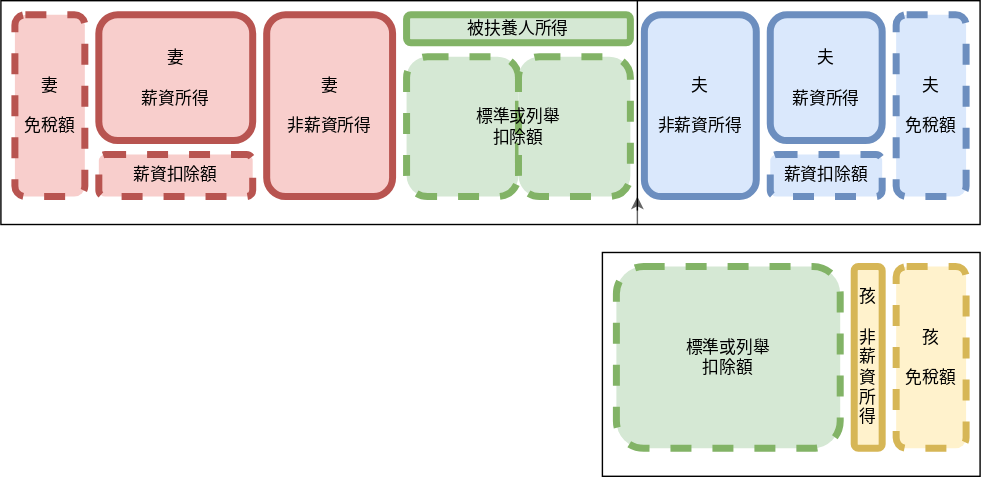
Before: content/posts/leveraging-childrens-tax-allowance/married-and-child.svg, a diagram exported from draw.io (oopzzozzo/route-110). Source tidied: cells renumbered, new cells last; positions are measured from the earlier drawing's top-left corner, leaving out a move shared by most shapes. Its diagram source:
```xml
<mxGraphModel>
  <root>
    <mxCell id="0" />
    <mxCell id="1" parent="0" />
    <mxCell id="2" value="&lt;div&gt;標準或列舉&lt;/div&gt;&lt;div&gt;扣除額&lt;/div&gt;" style="rounded=1;whiteSpace=wrap;html=1;fillColor=#d5e8d4;strokeColor=#82b366;strokeWidth=5;dashed=1;" parent="1" vertex="1">
      <mxGeometry x="440" y="190" width="160" height="130" as="geometry" />
    </mxCell>
    <mxCell id="3" value="&lt;div&gt;孩&lt;/div&gt;&lt;div&gt;&lt;br&gt;&lt;/div&gt;&lt;div&gt;非薪資所得&lt;/div&gt;" style="rounded=1;whiteSpace=wrap;html=1;fillColor=#fff2cc;strokeColor=#d6b656;strokeWidth=5;" parent="1" vertex="1">
      <mxGeometry x="610" y="190" width="20" height="130" as="geometry" />
    </mxCell>
    <mxCell id="4" value="&lt;div&gt;孩&lt;/div&gt;&lt;div&gt;&lt;br&gt;&lt;/div&gt;&lt;div&gt;免稅額&lt;/div&gt;" style="rounded=1;whiteSpace=wrap;html=1;fillColor=#fff2cc;strokeColor=#d6b656;strokeWidth=5;dashed=1;" parent="1" vertex="1">
      <mxGeometry x="640" y="190" width="50" height="130" as="geometry" />
    </mxCell>
    <mxCell id="5" value="&lt;div&gt;標準或列舉&lt;/div&gt;&lt;div&gt;扣除額&lt;/div&gt;" style="rounded=1;whiteSpace=wrap;html=1;fillColor=#d5e8d4;strokeColor=#82b366;strokeWidth=5;dashed=1;" parent="1" vertex="1">
      <mxGeometry x="290" y="40" width="160" height="100" as="geometry" />
    </mxCell>
    <mxCell id="6" value="被扶養人所得" style="rounded=1;whiteSpace=wrap;html=1;fillColor=#d5e8d4;strokeColor=#82b366;strokeWidth=5;" parent="1" vertex="1">
      <mxGeometry x="290" y="10" width="160" height="20" as="geometry" />
    </mxCell>
    <mxCell id="7" value="&lt;div&gt;夫&lt;/div&gt;&lt;div&gt;&lt;br&gt;&lt;/div&gt;&lt;div&gt;非薪資所得&lt;/div&gt;" style="rounded=1;whiteSpace=wrap;html=1;fillColor=#dae8fc;strokeColor=#6c8ebf;strokeWidth=5;" parent="1" vertex="1">
      <mxGeometry x="460" y="10" width="80" height="130" as="geometry" />
    </mxCell>
    <mxCell id="8" value="&lt;div&gt;夫&lt;/div&gt;&lt;div&gt;&lt;br&gt;&lt;/div&gt;&lt;div&gt;薪資所得&lt;/div&gt;" style="rounded=1;whiteSpace=wrap;html=1;fillColor=#dae8fc;strokeColor=#6c8ebf;strokeWidth=5;" parent="1" vertex="1">
      <mxGeometry x="550" y="10" width="80" height="90" as="geometry" />
    </mxCell>
    <mxCell id="9" value="&lt;div&gt;夫&lt;/div&gt;&lt;div&gt;&lt;br&gt;&lt;/div&gt;&lt;div&gt;免稅額&lt;/div&gt;" style="rounded=1;whiteSpace=wrap;html=1;fillColor=#dae8fc;strokeColor=#6c8ebf;strokeWidth=5;dashed=1;" parent="1" vertex="1">
      <mxGeometry x="640" y="10" width="50" height="130" as="geometry" />
    </mxCell>
    <mxCell id="10" value="&lt;div&gt;妻&lt;/div&gt;&lt;div&gt;&lt;br&gt;&lt;/div&gt;&lt;div&gt;非薪資所得&lt;/div&gt;" style="rounded=1;whiteSpace=wrap;html=1;fillColor=#f8cecc;strokeColor=#b85450;strokeWidth=5;" parent="1" vertex="1">
      <mxGeometry x="190" y="10" width="90" height="130" as="geometry" />
    </mxCell>
    <mxCell id="11" value="&lt;div&gt;妻&lt;/div&gt;&lt;div&gt;&lt;br&gt;&lt;/div&gt;&lt;div&gt;薪資所得&lt;/div&gt;" style="rounded=1;whiteSpace=wrap;html=1;fillColor=#f8cecc;strokeColor=#b85450;strokeWidth=5;" parent="1" vertex="1">
      <mxGeometry x="70" y="10" width="110" height="90" as="geometry" />
    </mxCell>
    <mxCell id="12" value="&lt;div&gt;妻&lt;/div&gt;&lt;div&gt;&lt;br&gt;&lt;/div&gt;&lt;div&gt;免稅額&lt;/div&gt;" style="rounded=1;whiteSpace=wrap;html=1;fillColor=#f8cecc;strokeColor=#b85450;strokeWidth=5;dashed=1;" parent="1" vertex="1">
      <mxGeometry x="10" y="10" width="50" height="130" as="geometry" />
    </mxCell>
    <mxCell id="13" value="薪資扣除額" style="rounded=1;whiteSpace=wrap;html=1;fillColor=#f8cecc;strokeColor=#b85450;strokeWidth=5;dashed=1;" parent="1" vertex="1">
      <mxGeometry x="70" y="110" width="110" height="30" as="geometry" />
    </mxCell>
    <mxCell id="14" value="薪資扣除額" style="rounded=1;whiteSpace=wrap;html=1;fillColor=#dae8fc;strokeColor=#6c8ebf;strokeWidth=5;dashed=1;" parent="1" vertex="1">
      <mxGeometry x="550" y="110" width="80" height="30" as="geometry" />
    </mxCell>
    <mxCell id="15" style="endArrow=classic;html=1;rounded=0;entryX=0;entryY=1;entryDx=0;entryDy=0;fillColor=#f5f5f5;strokeColor=#666666;" parent="1" edge="1">
      <mxGeometry relative="1" as="geometry">
        <mxPoint x="455" y="160" as="sourcePoint" />
        <mxPoint x="455" y="140" as="targetPoint" />
      </mxGeometry>
    </mxCell>
    <mxCell id="16" style="endArrow=none;html=1;rounded=0;" parent="1" edge="1">
      <mxGeometry relative="1" as="geometry">
        <mxPoint x="455" y="150" as="sourcePoint" />
        <mxPoint x="455" as="targetPoint" />
      </mxGeometry>
    </mxCell>
    <mxCell id="17" style="rounded=0;whiteSpace=wrap;html=1;fillColor=none;" parent="1" vertex="1">
      <mxGeometry width="700" height="160" as="geometry" />
    </mxCell>
    <mxCell id="18" style="rounded=0;whiteSpace=wrap;html=1;fillColor=none;" parent="1" vertex="1">
      <mxGeometry x="430" y="180" width="270" height="160" as="geometry" />
    </mxCell>
  </root>
</mxGraphModel>
```
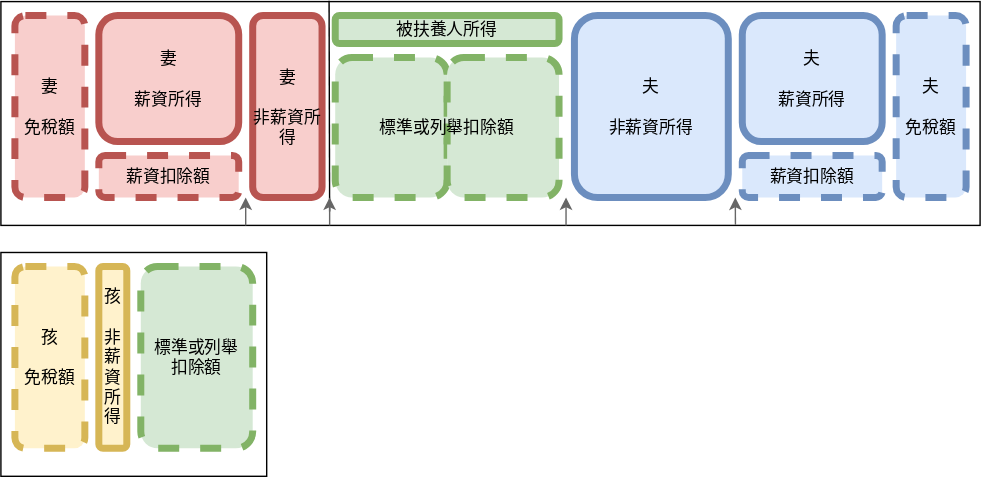
Above is the later version.

The edit, as a diff of the source:
```diff
@@ -2,62 +2,86 @@
   <root>
     <mxCell id="0" />
     <mxCell id="1" parent="0" />
-    <mxCell id="2" value="&lt;div&gt;標準或列舉&lt;/div&gt;&lt;div&gt;扣除額&lt;/div&gt;" style="rounded=1;whiteSpace=wrap;html=1;fillColor=#d5e8d4;strokeColor=#82b366;strokeWidth=5;dashed=1;" parent="1" vertex="1">
-      <mxGeometry x="440" y="190" width="160" height="130" as="geometry" />
-    </mxCell>
-    <mxCell id="3" value="&lt;div&gt;孩&lt;/div&gt;&lt;div&gt;&lt;br&gt;&lt;/div&gt;&lt;div&gt;非薪資所得&lt;/div&gt;" style="rounded=1;whiteSpace=wrap;html=1;fillColor=#fff2cc;strokeColor=#d6b656;strokeWidth=5;" parent="1" vertex="1">
-      <mxGeometry x="610" y="190" width="20" height="130" as="geometry" />
-    </mxCell>
-    <mxCell id="4" value="&lt;div&gt;孩&lt;/div&gt;&lt;div&gt;&lt;br&gt;&lt;/div&gt;&lt;div&gt;免稅額&lt;/div&gt;" style="rounded=1;whiteSpace=wrap;html=1;fillColor=#fff2cc;strokeColor=#d6b656;strokeWidth=5;dashed=1;" parent="1" vertex="1">
-      <mxGeometry x="640" y="190" width="50" height="130" as="geometry" />
-    </mxCell>
-    <mxCell id="5" value="&lt;div&gt;標準或列舉&lt;/div&gt;&lt;div&gt;扣除額&lt;/div&gt;" style="rounded=1;whiteSpace=wrap;html=1;fillColor=#d5e8d4;strokeColor=#82b366;strokeWidth=5;dashed=1;" parent="1" vertex="1">
-      <mxGeometry x="290" y="40" width="160" height="100" as="geometry" />
-    </mxCell>
+    <mxCell id="19" style="rounded=0;whiteSpace=wrap;html=1;fillColor=none;" parent="1" vertex="1">
+      <mxGeometry x="120" y="0.6" width="700" height="160" as="geometry" />
+    </mxCell>
+    <mxCell id="20" style="endArrow=none;html=1;rounded=0;entryX=0.328;entryY=-0.004;entryDx=0;entryDy=0;entryPerimeter=0;" parent="1" edge="1">
+      <mxGeometry relative="1" as="geometry">
+        <mxPoint x="355" y="150.6" as="sourcePoint" />
+        <mxPoint x="354.6" as="targetPoint" />
+      </mxGeometry>
+    </mxCell>
     <mxCell id="6" value="被扶養人所得" style="rounded=1;whiteSpace=wrap;html=1;fillColor=#d5e8d4;strokeColor=#82b366;strokeWidth=5;" parent="1" vertex="1">
-      <mxGeometry x="290" y="10" width="160" height="20" as="geometry" />
+      <mxGeometry x="359" y="10.6" width="160" height="20" as="geometry" />
     </mxCell>
     <mxCell id="7" value="&lt;div&gt;夫&lt;/div&gt;&lt;div&gt;&lt;br&gt;&lt;/div&gt;&lt;div&gt;非薪資所得&lt;/div&gt;" style="rounded=1;whiteSpace=wrap;html=1;fillColor=#dae8fc;strokeColor=#6c8ebf;strokeWidth=5;" parent="1" vertex="1">
-      <mxGeometry x="460" y="10" width="80" height="130" as="geometry" />
+      <mxGeometry x="530" y="10.6" width="110" height="130" as="geometry" />
     </mxCell>
     <mxCell id="8" value="&lt;div&gt;夫&lt;/div&gt;&lt;div&gt;&lt;br&gt;&lt;/div&gt;&lt;div&gt;薪資所得&lt;/div&gt;" style="rounded=1;whiteSpace=wrap;html=1;fillColor=#dae8fc;strokeColor=#6c8ebf;strokeWidth=5;" parent="1" vertex="1">
-      <mxGeometry x="550" y="10" width="80" height="90" as="geometry" />
+      <mxGeometry x="650" y="10.6" width="100" height="90" as="geometry" />
     </mxCell>
     <mxCell id="9" value="&lt;div&gt;夫&lt;/div&gt;&lt;div&gt;&lt;br&gt;&lt;/div&gt;&lt;div&gt;免稅額&lt;/div&gt;" style="rounded=1;whiteSpace=wrap;html=1;fillColor=#dae8fc;strokeColor=#6c8ebf;strokeWidth=5;dashed=1;" parent="1" vertex="1">
-      <mxGeometry x="640" y="10" width="50" height="130" as="geometry" />
+      <mxGeometry x="760" y="10.6" width="50" height="130" as="geometry" />
     </mxCell>
     <mxCell id="10" value="&lt;div&gt;妻&lt;/div&gt;&lt;div&gt;&lt;br&gt;&lt;/div&gt;&lt;div&gt;非薪資所得&lt;/div&gt;" style="rounded=1;whiteSpace=wrap;html=1;fillColor=#f8cecc;strokeColor=#b85450;strokeWidth=5;" parent="1" vertex="1">
-      <mxGeometry x="190" y="10" width="90" height="130" as="geometry" />
+      <mxGeometry x="300" y="10.6" width="49.6" height="130" as="geometry" />
     </mxCell>
     <mxCell id="11" value="&lt;div&gt;妻&lt;/div&gt;&lt;div&gt;&lt;br&gt;&lt;/div&gt;&lt;div&gt;薪資所得&lt;/div&gt;" style="rounded=1;whiteSpace=wrap;html=1;fillColor=#f8cecc;strokeColor=#b85450;strokeWidth=5;" parent="1" vertex="1">
-      <mxGeometry x="70" y="10" width="110" height="90" as="geometry" />
+      <mxGeometry x="190" y="10.6" width="100" height="90" as="geometry" />
     </mxCell>
     <mxCell id="12" value="&lt;div&gt;妻&lt;/div&gt;&lt;div&gt;&lt;br&gt;&lt;/div&gt;&lt;div&gt;免稅額&lt;/div&gt;" style="rounded=1;whiteSpace=wrap;html=1;fillColor=#f8cecc;strokeColor=#b85450;strokeWidth=5;dashed=1;" parent="1" vertex="1">
-      <mxGeometry x="10" y="10" width="50" height="130" as="geometry" />
+      <mxGeometry x="130" y="10.6" width="50" height="130" as="geometry" />
     </mxCell>
     <mxCell id="13" value="薪資扣除額" style="rounded=1;whiteSpace=wrap;html=1;fillColor=#f8cecc;strokeColor=#b85450;strokeWidth=5;dashed=1;" parent="1" vertex="1">
-      <mxGeometry x="70" y="110" width="110" height="30" as="geometry" />
+      <mxGeometry x="190" y="110.6" width="100" height="30" as="geometry" />
     </mxCell>
     <mxCell id="14" value="薪資扣除額" style="rounded=1;whiteSpace=wrap;html=1;fillColor=#dae8fc;strokeColor=#6c8ebf;strokeWidth=5;dashed=1;" parent="1" vertex="1">
-      <mxGeometry x="550" y="110" width="80" height="30" as="geometry" />
+      <mxGeometry x="650" y="110.6" width="100" height="30" as="geometry" />
     </mxCell>
-    <mxCell id="15" style="endArrow=classic;html=1;rounded=0;entryX=0;entryY=1;entryDx=0;entryDy=0;fillColor=#f5f5f5;strokeColor=#666666;" parent="1" edge="1">
-      <mxGeometry relative="1" as="geometry">
-        <mxPoint x="455" y="160" as="sourcePoint" />
-        <mxPoint x="455" y="140" as="targetPoint" />
-      </mxGeometry>
-    </mxCell>
-    <mxCell id="16" style="endArrow=none;html=1;rounded=0;" parent="1" edge="1">
-      <mxGeometry relative="1" as="geometry">
-        <mxPoint x="455" y="150" as="sourcePoint" />
-        <mxPoint x="455" as="targetPoint" />
-      </mxGeometry>
-    </mxCell>
-    <mxCell id="17" style="rounded=0;whiteSpace=wrap;html=1;fillColor=none;" parent="1" vertex="1">
-      <mxGeometry width="700" height="160" as="geometry" />
-    </mxCell>
-    <mxCell id="18" style="rounded=0;whiteSpace=wrap;html=1;fillColor=none;" parent="1" vertex="1">
-      <mxGeometry x="430" y="180" width="270" height="160" as="geometry" />
-    </mxCell>
+    <mxCell id="21" style="endArrow=classic;html=1;rounded=0;entryX=0;entryY=1;entryDx=0;entryDy=0;fillColor=#f5f5f5;strokeColor=#666666;" parent="1" edge="1">
+      <mxGeometry relative="1" as="geometry">
+        <mxPoint x="295" y="160.6" as="sourcePoint" />
+        <mxPoint x="295" y="140.6" as="targetPoint" />
+      </mxGeometry>
+    </mxCell>
+    <mxCell id="22" style="endArrow=classic;html=1;rounded=0;entryX=0;entryY=1;entryDx=0;entryDy=0;fillColor=#f5f5f5;strokeColor=#666666;" parent="1" edge="1">
+      <mxGeometry relative="1" as="geometry">
+        <mxPoint x="355" y="160.6" as="sourcePoint" />
+        <mxPoint x="355" y="140.6" as="targetPoint" />
+      </mxGeometry>
+    </mxCell>
+    <mxCell id="23" style="endArrow=classic;html=1;rounded=0;entryX=0;entryY=1;entryDx=0;entryDy=0;fillColor=#f5f5f5;strokeColor=#666666;" parent="1" edge="1">
+      <mxGeometry relative="1" as="geometry">
+        <mxPoint x="524" y="160.6" as="sourcePoint" />
+        <mxPoint x="524" y="140.6" as="targetPoint" />
+      </mxGeometry>
+    </mxCell>
+    <mxCell id="24" style="endArrow=classic;html=1;rounded=0;entryX=1;entryY=1;entryDx=0;entryDy=0;fillColor=#f5f5f5;strokeColor=#666666;exitX=0.743;exitY=0.997;exitDx=0;exitDy=0;exitPerimeter=0;" parent="1" edge="1">
+      <mxGeometry relative="1" as="geometry">
+        <mxPoint x="645.1" y="160.2" as="sourcePoint" />
+        <mxPoint x="645" y="140.6" as="targetPoint" />
+      </mxGeometry>
+    </mxCell>
+    <mxCell id="25" style="rounded=1;whiteSpace=wrap;html=1;fillColor=#d5e8d4;strokeColor=#82b366;strokeWidth=5;dashed=1;" parent="1" vertex="1">
+      <mxGeometry x="359" y="40.6" width="80" height="100" as="geometry" />
+    </mxCell>
+    <mxCell id="26" style="rounded=1;whiteSpace=wrap;html=1;fillColor=#d5e8d4;strokeColor=#82b366;strokeWidth=5;dashed=1;" parent="1" vertex="1">
+      <mxGeometry x="439" y="40.6" width="80" height="100" as="geometry" />
+    </mxCell>
+    <mxCell id="27" value="&lt;div&gt;標準或列舉扣除額&lt;/div&gt;" style="text;whiteSpace=wrap;html=1;align=center;verticalAlign=middle;" parent="1" vertex="1">
+      <mxGeometry x="359" y="40.6" width="160" height="100" as="geometry" />
+    </mxCell>
+    <mxCell id="28" style="rounded=0;whiteSpace=wrap;html=1;fillColor=none;" parent="1" vertex="1">
+      <mxGeometry x="120" y="180" width="190" height="160" as="geometry" />
+    </mxCell>
+    <mxCell id="3" value="&lt;div&gt;孩&lt;/div&gt;&lt;div&gt;&lt;br&gt;&lt;/div&gt;&lt;div&gt;非薪資所得&lt;/div&gt;" style="rounded=1;whiteSpace=wrap;html=1;fillColor=#fff2cc;strokeColor=#d6b656;strokeWidth=5;" parent="1" vertex="1">
+      <mxGeometry x="190" y="190" width="20" height="130" as="geometry" />
+    </mxCell>
+    <mxCell id="4" value="&lt;div&gt;孩&lt;/div&gt;&lt;div&gt;&lt;br&gt;&lt;/div&gt;&lt;div&gt;免稅額&lt;/div&gt;" style="rounded=1;whiteSpace=wrap;html=1;fillColor=#fff2cc;strokeColor=#d6b656;strokeWidth=5;dashed=1;" parent="1" vertex="1">
+      <mxGeometry x="130" y="190" width="50" height="130" as="geometry" />
+    </mxCell>
+    <mxCell id="29" value="&lt;div&gt;標準或列舉&lt;/div&gt;&lt;div&gt;扣除額&lt;/div&gt;" style="rounded=1;whiteSpace=wrap;html=1;fillColor=#d5e8d4;strokeColor=#82b366;strokeWidth=5;dashed=1;" parent="1" vertex="1">
+      <mxGeometry x="220" y="190" width="80" height="130" as="geometry" />
+    </mxCell>
   </root>
 </mxGraphModel>
```
